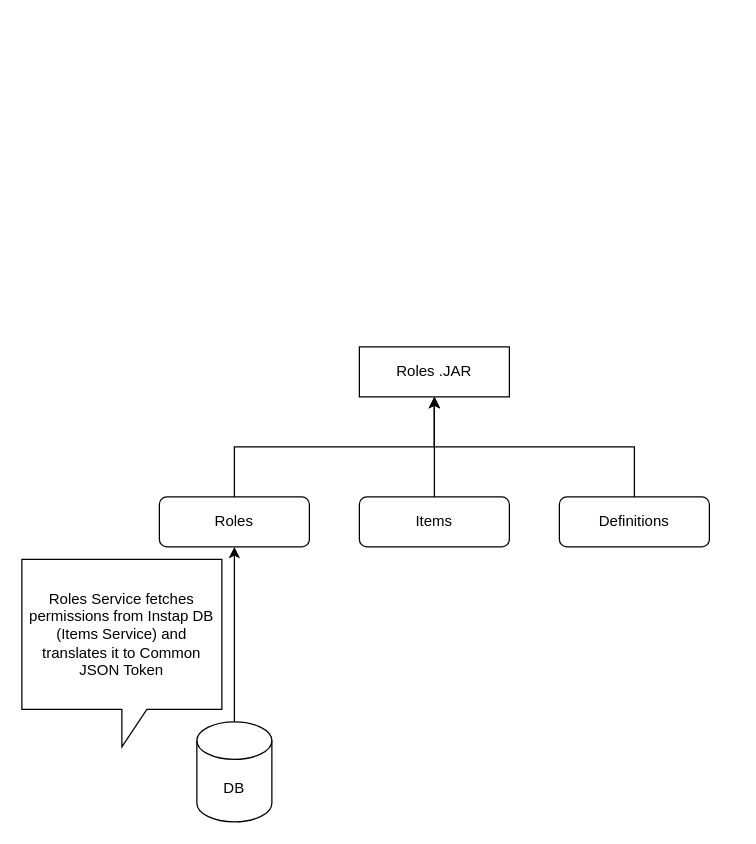
odwrotnie/instap-docs keeps this draw.io diagram as instap.drawio. Above is the earlier version. Source tidied: cells renumbered, new cells numbered last; positions are measured from the earlier drawing's top-left corner, leaving out a move shared by most shapes. Both pictures are drawn from the tidied source at 125%, with x=0, y=0 at pixel (21, 346).
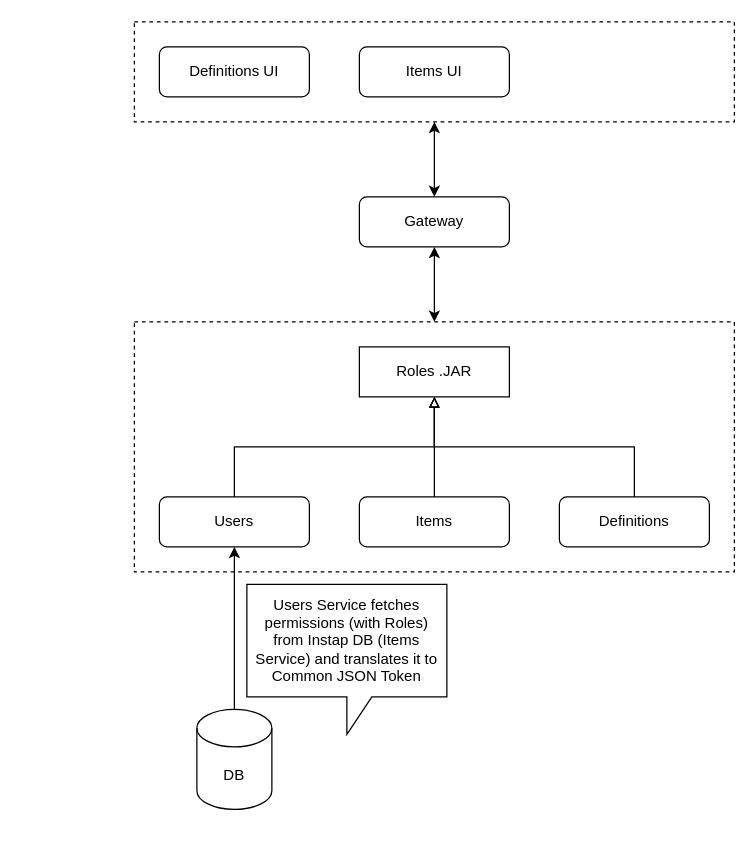
Above is the later version.

The change refers to these unchanged cells:
```xml
<mxCell id="8" value="Items" style="rounded=1;whiteSpace=wrap;html=1;" parent="1" vertex="1">
  <mxGeometry x="270" y="120" width="120" height="40" as="geometry" />
</mxCell>
<mxCell id="10" value="Definitions" style="rounded=1;whiteSpace=wrap;html=1;" parent="1" vertex="1">
  <mxGeometry x="430" y="120" width="120" height="40" as="geometry" />
</mxCell>
<mxCell id="11" value="Roles .JAR" style="rounded=0;whiteSpace=wrap;html=1;" parent="1" vertex="1">
  <mxGeometry x="270" width="120" height="40" as="geometry" />
</mxCell>
```

Diff of the diagram source:
```diff
@@
+    <mxCell id="12" style="rounded=0;whiteSpace=wrap;html=1;dashed=1;" parent="1" vertex="1">
+      <mxGeometry x="90" y="-20" width="480" height="200" as="geometry" />
+    </mxCell>
-    <mxCell id="2" style="edgeStyle=orthogonalEdgeStyle;rounded=0;jettySize=auto;html=1;" parent="1" edge="1" source="3" target="11">
+    <mxCell id="2" style="edgeStyle=orthogonalEdgeStyle;rounded=0;jettySize=auto;html=1;endArrow=block;endFill=0;" parent="1" edge="1" source="3" target="11">
       <mxGeometry relative="1" as="geometry">
         <Array as="points">
           <mxPoint x="170" y="80" />
           <mxPoint x="330" y="80" />
         </Array>
       </mxGeometry>
     </mxCell>
-    <mxCell id="3" value="Roles" style="rounded=1;whiteSpace=wrap;html=1;" parent="1" vertex="1">
+    <mxCell id="3" value="Users" style="rounded=1;whiteSpace=wrap;html=1;" parent="1" vertex="1">
       <mxGeometry x="110" y="120" width="120" height="40" as="geometry" />
     </mxCell>
@@
     <mxCell id="5" value="DB" style="shape=cylinder3;whiteSpace=wrap;html=1;boundedLbl=1;backgroundOutline=1;size=15;" parent="1" vertex="1">
-      <mxGeometry x="140" y="300" width="60" height="80" as="geometry" />
+      <mxGeometry x="140" y="290" width="60" height="80" as="geometry" />
     </mxCell>
-    <mxCell id="6" value="Roles Service fetches permissions from Instap DB (Items Service) and translates it to Common JSON Token" style="shape=callout;whiteSpace=wrap;html=1;perimeter=calloutPerimeter;size=30;position=0.5;" parent="1" vertex="1">
-      <mxGeometry y="170" width="160" height="150" as="geometry" />
+    <mxCell id="6" value="Users Service fetches permissions (with Roles) from Instap DB (Items Service) and translates it to Common JSON Token" style="shape=callout;whiteSpace=wrap;html=1;perimeter=calloutPerimeter;size=30;position=0.5;" parent="1" vertex="1">
+      <mxGeometry x="180" y="190" width="160" height="120" as="geometry" />
     </mxCell>
-    <mxCell id="7" style="edgeStyle=orthogonalEdgeStyle;rounded=0;jettySize=auto;html=1;" parent="1" edge="1" source="8" target="11">
+    <mxCell id="7" style="edgeStyle=orthogonalEdgeStyle;rounded=0;jettySize=auto;html=1;endArrow=block;endFill=0;" parent="1" edge="1" source="8" target="11">
       <mxGeometry relative="1" as="geometry" />
     </mxCell>
@@
-    <mxCell id="9" style="edgeStyle=orthogonalEdgeStyle;rounded=0;jettySize=auto;html=1;" parent="1" edge="1" source="10" target="11">
+    <mxCell id="9" style="edgeStyle=orthogonalEdgeStyle;rounded=0;jettySize=auto;html=1;endArrow=block;endFill=0;" parent="1" edge="1" source="10" target="11">
       <mxGeometry relative="1" as="geometry">
         <Array as="points">
           <mxPoint x="490" y="80" />
           <mxPoint x="330" y="80" />
         </Array>
       </mxGeometry>
     </mxCell>
@@
+    <mxCell id="13" style="edgeStyle=orthogonalEdgeStyle;rounded=0;jettySize=auto;html=1;entryX=0.5;entryY=0;entryDx=0;entryDy=0;strokeColor=default;startArrow=classic;startFill=1;" parent="1" edge="1" source="14" target="12">
+      <mxGeometry relative="1" as="geometry" />
+    </mxCell>
+    <mxCell id="14" value="Gateway" style="rounded=1;whiteSpace=wrap;html=1;" parent="1" vertex="1">
+      <mxGeometry x="270" y="-120" width="120" height="40" as="geometry" />
+    </mxCell>
+    <mxCell id="15" style="edgeStyle=orthogonalEdgeStyle;rounded=0;jettySize=auto;html=1;startArrow=classic;startFill=1;" parent="1" edge="1" source="16" target="14">
+      <mxGeometry relative="1" as="geometry" />
+    </mxCell>
+    <mxCell id="16" style="rounded=0;whiteSpace=wrap;html=1;dashed=1;" parent="1" vertex="1">
+      <mxGeometry x="90" y="-260" width="480" height="80" as="geometry" />
+    </mxCell>
+    <mxCell id="17" value="Definitions UI" style="rounded=1;whiteSpace=wrap;html=1;" parent="1" vertex="1">
+      <mxGeometry x="110" y="-240" width="120" height="40" as="geometry" />
+    </mxCell>
+    <mxCell id="18" value="Items UI" style="rounded=1;whiteSpace=wrap;html=1;" parent="1" vertex="1">
+      <mxGeometry x="270" y="-240" width="120" height="40" as="geometry" />
+    </mxCell>
```
